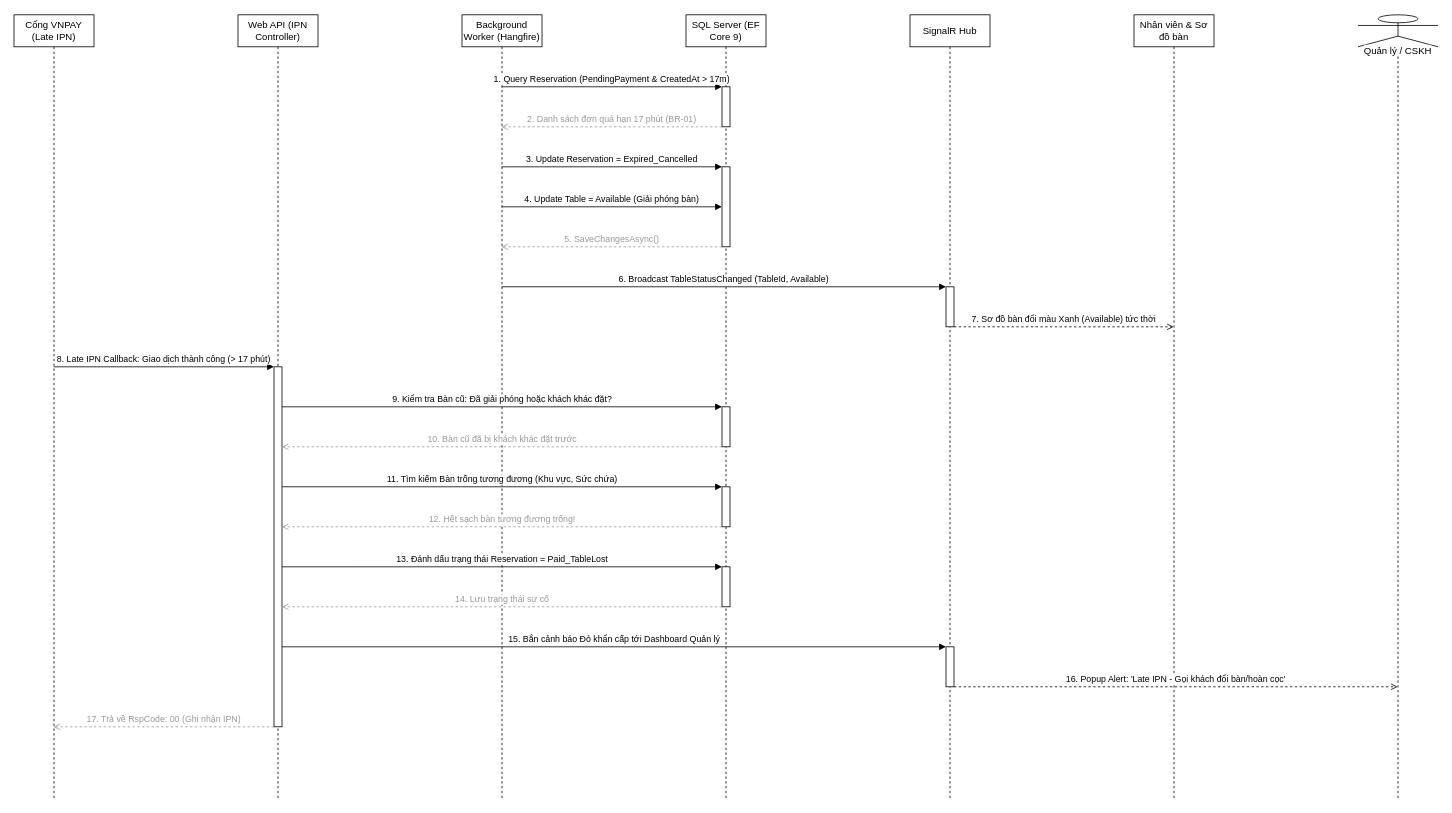
Above: docs/phase1/drawio/sd10_auto_release_late_ipn.drawio in AndrewQng/VinDining (draw.io), before the change. Source tidied: cells renumbered, new cells numbered last; positions are measured from the earlier drawing's top-left corner, leaving out a move shared by most shapes. Both pictures are drawn from the tidied source at 80%, with x=0, y=0 at pixel (14, 14).
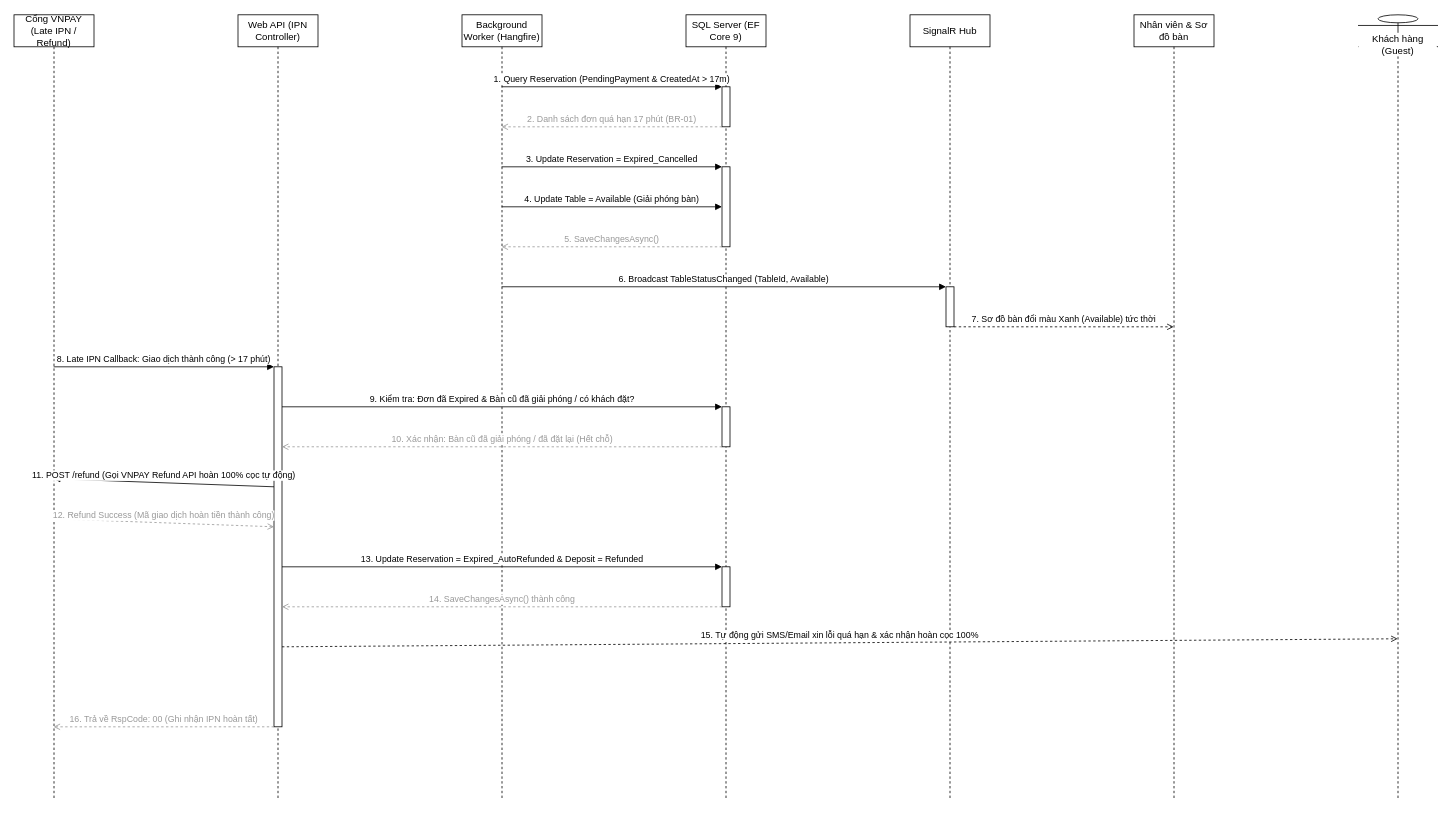
After the change.

The change refers to these unchanged cells:
```xml
<mxCell id="5" value="SQL Server (EF Core 9)" style="shape=umlLifeline;perimeter=lifelinePerimeter;whiteSpace=wrap;html=1;size=40;" parent="1" vertex="1">
  <mxGeometry x="840" width="100" height="980" as="geometry" />
</mxCell>
<mxCell id="6" value="SignalR Hub" style="shape=umlLifeline;perimeter=lifelinePerimeter;whiteSpace=wrap;html=1;size=40;" parent="1" vertex="1">
  <mxGeometry x="1120" width="100" height="980" as="geometry" />
</mxCell>
<mxCell id="12" style="html=1;points=[];perimeter=orthogonalPerimeter;outlineConnect=0;fillColor=#ffffff;" parent="5" vertex="1">
  <mxGeometry x="45" y="490" width="10" height="50" as="geometry" />
</mxCell>
<mxCell id="14" style="html=1;points=[];perimeter=orthogonalPerimeter;outlineConnect=0;fillColor=#ffffff;" parent="5" vertex="1">
  <mxGeometry x="45" y="690" width="10" height="50" as="geometry" />
</mxCell>
<mxCell id="16" style="html=1;points=[];perimeter=orthogonalPerimeter;outlineConnect=0;fillColor=#ffffff;" parent="3" vertex="1">
  <mxGeometry x="45" y="440" width="10" height="450" as="geometry" />
</mxCell>
```

Change to the diagram source:
```diff
@@
-    <mxCell id="2" value="Cổng VNPAY (Late IPN)" style="shape=umlLifeline;perimeter=lifelinePerimeter;whiteSpace=wrap;html=1;outlineConnect=0;portConstraint=eastwest;size=40;" parent="1" vertex="1">
+    <mxCell id="2" value="Cổng VNPAY (Late IPN / Refund)" style="shape=umlLifeline;perimeter=lifelinePerimeter;whiteSpace=wrap;html=1;outlineConnect=0;portConstraint=eastwest;size=40;" parent="1" vertex="1">
       <mxGeometry width="100" height="980" as="geometry" />
     </mxCell>
@@
-    <mxCell id="8" value="Quản lý / CSKH" style="shape=umlLifeline;perimeter=lifelinePerimeter;whiteSpace=wrap;html=1;outlineConnect=0;portConstraint=eastwest;size=40;participant=umlActor;verticalAlign=bottom;spacingBottom=-14;labelBackgroundColor=#ffffff;" parent="1" vertex="1">
-      <mxGeometry x="1680" width="100" height="980" as="geometry" />
-    </mxCell>
+    <mxCell id="34" value="Khách hàng (Guest)" style="shape=umlLifeline;perimeter=lifelinePerimeter;whiteSpace=wrap;html=1;outlineConnect=0;portConstraint=eastwest;size=40;participant=umlActor;verticalAlign=bottom;spacingBottom=-14;labelBackgroundColor=#ffffff;" parent="1" vertex="1">
+      <mxGeometry x="1680" width="100" height="980" as="geometry" />
+    </mxCell>
@@
-    <mxCell id="13" style="html=1;points=[];perimeter=orthogonalPerimeter;outlineConnect=0;fillColor=#ffffff;" parent="5" vertex="1">
-      <mxGeometry x="45" y="590" width="10" height="50" as="geometry" />
-    </mxCell>
@@
-    <mxCell id="15" style="html=1;points=[];perimeter=orthogonalPerimeter;outlineConnect=0;fillColor=#ffffff;" parent="6" vertex="1">
-      <mxGeometry x="45" y="790" width="10" height="50" as="geometry" />
-    </mxCell>
@@
-    <mxCell id="25" value="9. Kiểm tra Bàn cũ: Đã giải phóng hoặc khách khác đặt?" style="html=1;verticalAlign=bottom;endArrow=block;curved=0;rounded=0;exitX=1;exitY=0.1111;entryX=0;entryY=0.0;" parent="1" edge="1" source="16" target="12">
+    <mxCell id="25" value="9. Kiểm tra: Đơn đã Expired &amp; Bàn cũ đã giải phóng / có khách đặt?" style="html=1;verticalAlign=bottom;endArrow=block;curved=0;rounded=0;exitX=1;exitY=0.1111;entryX=0;entryY=0.0;" parent="1" edge="1" source="16" target="12">
       <mxGeometry relative="1" as="geometry" />
     </mxCell>
-    <mxCell id="26" value="10. Bàn cũ đã bị khách khác đặt trước" style="html=1;verticalAlign=bottom;endArrow=open;dashed=1;curved=0;rounded=0;strokeColor=#999999;fontColor=#999999;exitX=0;exitY=1.0;entryX=1;entryY=0.2222;" parent="1" edge="1" source="12" target="16">
+    <mxCell id="26" value="10. Xác nhận: Bàn cũ đã giải phóng / đã đặt lại (Hết chỗ)" style="html=1;verticalAlign=bottom;endArrow=open;dashed=1;curved=0;rounded=0;strokeColor=#999999;fontColor=#999999;exitX=0;exitY=1.0;entryX=1;entryY=0.2222;" parent="1" edge="1" source="12" target="16">
       <mxGeometry relative="1" as="geometry" />
     </mxCell>
-    <mxCell id="27" value="11. Tìm kiếm Bàn trống tương đương (Khu vực, Sức chứa)" style="html=1;verticalAlign=bottom;endArrow=block;curved=0;rounded=0;exitX=1;exitY=0.3333;entryX=0;entryY=0.0;" parent="1" edge="1" source="16" target="13">
+    <mxCell id="27" value="11. POST /refund (Gọi VNPAY Refund API hoàn 100% cọc tự động)" style="html=1;verticalAlign=bottom;endArrow=block;curved=0;rounded=0;exitX=0;exitY=0.3333;entryX=0.5;entryY=0.5918;" parent="1" edge="1" source="16" target="2">
       <mxGeometry relative="1" as="geometry" />
     </mxCell>
-    <mxCell id="28" value="12. Hết sạch bàn tương đương trống!" style="html=1;verticalAlign=bottom;endArrow=open;dashed=1;curved=0;rounded=0;strokeColor=#999999;fontColor=#999999;exitX=0;exitY=1.0;entryX=1;entryY=0.4444;" parent="1" edge="1" source="13" target="16">
+    <mxCell id="28" value="12. Refund Success (Mã giao dịch hoàn tiền thành công)" style="html=1;verticalAlign=bottom;endArrow=open;dashed=1;curved=0;rounded=0;strokeColor=#999999;fontColor=#999999;exitX=0.5;exitY=0.6429;entryX=0;entryY=0.4444;" parent="1" edge="1" source="2" target="16">
       <mxGeometry relative="1" as="geometry" />
     </mxCell>
-    <mxCell id="29" value="13. Đánh dấu trạng thái Reservation = Paid_TableLost" style="html=1;verticalAlign=bottom;endArrow=block;curved=0;rounded=0;exitX=1;exitY=0.5556;entryX=0;entryY=0.0;" parent="1" edge="1" source="16" target="14">
+    <mxCell id="29" value="13. Update Reservation = Expired_AutoRefunded &amp; Deposit = Refunded" style="html=1;verticalAlign=bottom;endArrow=block;curved=0;rounded=0;exitX=1;exitY=0.5556;entryX=0;entryY=0.0;" parent="1" edge="1" source="16" target="14">
       <mxGeometry relative="1" as="geometry" />
     </mxCell>
-    <mxCell id="30" value="14. Lưu trạng thái sự cố" style="html=1;verticalAlign=bottom;endArrow=open;dashed=1;curved=0;rounded=0;strokeColor=#999999;fontColor=#999999;exitX=0;exitY=1.0;entryX=1;entryY=0.6667;" parent="1" edge="1" source="14" target="16">
+    <mxCell id="30" value="14. SaveChangesAsync() thành công" style="html=1;verticalAlign=bottom;endArrow=open;dashed=1;curved=0;rounded=0;strokeColor=#999999;fontColor=#999999;exitX=0;exitY=1.0;entryX=1;entryY=0.6667;" parent="1" edge="1" source="14" target="16">
       <mxGeometry relative="1" as="geometry" />
     </mxCell>
-    <mxCell id="31" value="15. Bắn cảnh báo Đỏ khẩn cấp tới Dashboard Quản lý" style="html=1;verticalAlign=bottom;endArrow=block;curved=0;rounded=0;exitX=1;exitY=0.7778;entryX=0;entryY=0.0;" parent="1" edge="1" source="16" target="15">
+    <mxCell id="31" value="15. Tự động gửi SMS/Email xin lỗi quá hạn &amp; xác nhận hoàn cọc 100%" style="html=1;verticalAlign=bottom;endArrow=open;dashed=1;curved=0;rounded=0;exitX=1;exitY=0.7778;entryX=0.5;entryY=0.7959;" parent="1" edge="1" source="16" target="34">
       <mxGeometry relative="1" as="geometry" />
     </mxCell>
-    <mxCell id="32" value="16. Popup Alert: 'Late IPN - Gọi khách đổi bàn/hoàn cọc'" style="html=1;verticalAlign=bottom;endArrow=open;dashed=1;curved=0;rounded=0;exitX=1;exitY=1.0;entryX=0.5;entryY=0.8571;" parent="1" edge="1" source="15" target="8">
+    <mxCell id="32" value="16. Trả về RspCode: 00 (Ghi nhận IPN hoàn tất)" style="html=1;verticalAlign=bottom;endArrow=open;dashed=1;curved=0;rounded=0;strokeColor=#999999;fontColor=#999999;exitX=0;exitY=1.0;entryX=0.5;entryY=0.9082;" parent="1" edge="1" source="16" target="2">
       <mxGeometry relative="1" as="geometry" />
     </mxCell>
-    <mxCell id="33" value="17. Trả về RspCode: 00 (Ghi nhận IPN)" style="html=1;verticalAlign=bottom;endArrow=open;dashed=1;curved=0;rounded=0;strokeColor=#999999;fontColor=#999999;exitX=0;exitY=1.0;entryX=0.5;entryY=0.9082;" parent="1" edge="1" source="16" target="2">
-      <mxGeometry relative="1" as="geometry" />
-    </mxCell>
```
